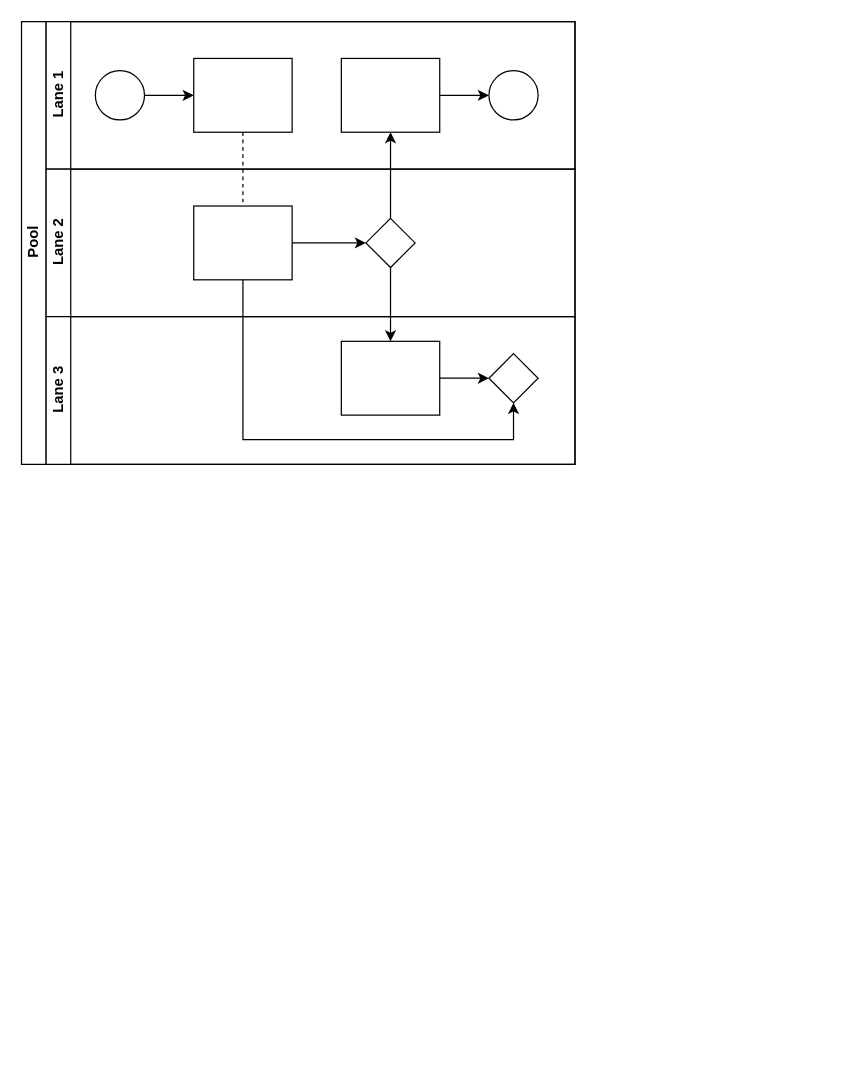
This is Untitled Diagram.drawio from DaveHorn-Singlestop/draw.io, a draw.io file, before an edit. Source tidied: cells renumbered, new cells numbered last; positions are measured from the earlier drawing's top-left corner, leaving out a move shared by most shapes. Both pictures are drawn from the tidied source at 123%, with x=0, y=0 at pixel (21, 21).
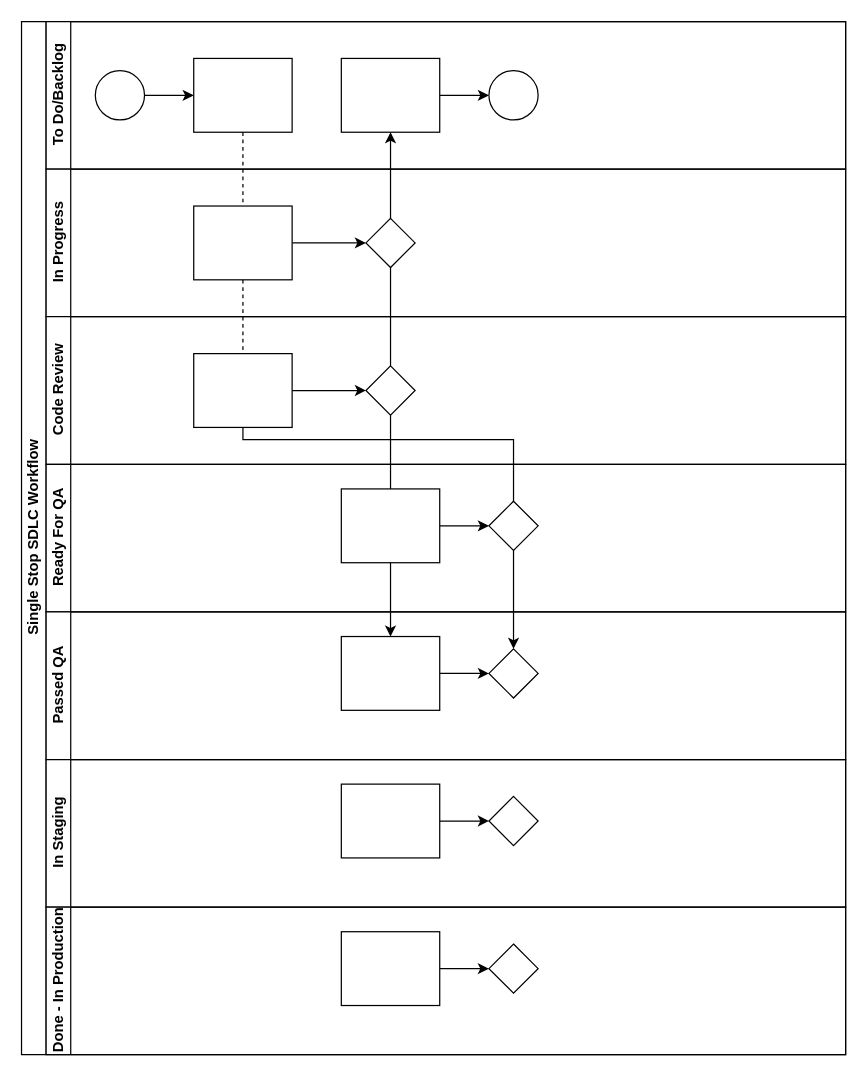
The same diagram, later.

The edit, as a diff of the source:
```diff
@@
-    <mxCell id="2" value="Pool" style="swimlane;html=1;horizontal=0;startSize=20;" parent="1" vertex="1">
-      <mxGeometry width="450" height="360" as="geometry" />
+    <mxCell id="2" value="Single Stop SDLC Workflow" style="swimlane;html=1;horizontal=0;startSize=20;" parent="1" vertex="1">
+      <mxGeometry width="670" height="840" as="geometry" />
     </mxCell>
@@
-    <mxCell id="7" value="Lane 1" style="swimlane;html=1;startSize=20;horizontal=0;" parent="2" vertex="1">
-      <mxGeometry x="20" width="430" height="120" as="geometry" />
+    <mxCell id="7" value="To Do/Backlog" style="swimlane;html=1;startSize=20;horizontal=0;" parent="2" vertex="1">
+      <mxGeometry x="20" width="650" height="120" as="geometry" />
     </mxCell>
@@
+    <mxCell id="22" value="In Progress" style="swimlane;html=1;startSize=20;horizontal=0;" parent="2" vertex="1">
+      <mxGeometry x="20" y="120" width="650" height="120" as="geometry" />
+    </mxCell>
+    <mxCell id="23" style="edgeStyle=orthogonalEdgeStyle;rounded=0;jettySize=auto;html=1;endArrow=classic;endFill=1;" parent="22" edge="1" source="24" target="25">
+      <mxGeometry relative="1" as="geometry" />
+    </mxCell>
+    <mxCell id="24" style="rounded=0;whiteSpace=wrap;html=1;fontFamily=Helvetica;fontSize=12;fontColor=#000000;align=center;" parent="22" vertex="1">
+      <mxGeometry x="120" y="30" width="80" height="60" as="geometry" />
+    </mxCell>
+    <mxCell id="25" style="rhombus;whiteSpace=wrap;html=1;fontFamily=Helvetica;fontSize=12;fontColor=#000000;align=center;" parent="22" vertex="1">
+      <mxGeometry x="260" y="40" width="40" height="40" as="geometry" />
+    </mxCell>
-    <mxCell id="14" value="Lane 2" style="swimlane;html=1;startSize=20;horizontal=0;" parent="2" vertex="1">
-      <mxGeometry x="20" y="120" width="430" height="120" as="geometry" />
+    <mxCell id="14" value="Code Review" style="swimlane;html=1;startSize=20;horizontal=0;" parent="2" vertex="1">
+      <mxGeometry x="20" y="240" width="650" height="120" as="geometry" />
     </mxCell>
@@
+    <mxCell id="26" value="Ready For QA" style="swimlane;html=1;startSize=20;horizontal=0;" parent="2" vertex="1">
+      <mxGeometry x="20" y="360" width="650" height="120" as="geometry" />
+    </mxCell>
+    <mxCell id="27" style="edgeStyle=orthogonalEdgeStyle;rounded=0;jettySize=auto;html=1;endArrow=classic;endFill=1;" parent="26" edge="1" source="28" target="29">
+      <mxGeometry relative="1" as="geometry" />
+    </mxCell>
+    <mxCell id="28" style="rounded=0;whiteSpace=wrap;html=1;fontFamily=Helvetica;fontSize=12;fontColor=#000000;align=center;" parent="26" vertex="1">
+      <mxGeometry x="240" y="20" width="80" height="60" as="geometry" />
+    </mxCell>
+    <mxCell id="29" style="rhombus;whiteSpace=wrap;html=1;fontFamily=Helvetica;fontSize=12;fontColor=#000000;align=center;" parent="26" vertex="1">
+      <mxGeometry x="360" y="30" width="40" height="40" as="geometry" />
+    </mxCell>
-    <mxCell id="18" value="Lane 3" style="swimlane;html=1;startSize=20;horizontal=0;" parent="2" vertex="1">
-      <mxGeometry x="20" y="240" width="430" height="120" as="geometry" />
+    <mxCell id="18" value="Passed QA" style="swimlane;html=1;startSize=20;horizontal=0;" parent="2" vertex="1">
+      <mxGeometry x="20" y="480" width="650" height="120" as="geometry" />
     </mxCell>
@@
+    <mxCell id="30" value="In Staging" style="swimlane;html=1;startSize=20;horizontal=0;" parent="2" vertex="1">
+      <mxGeometry x="20" y="600" width="650" height="120" as="geometry" />
+    </mxCell>
+    <mxCell id="31" style="edgeStyle=orthogonalEdgeStyle;rounded=0;jettySize=auto;html=1;endArrow=classic;endFill=1;" parent="30" edge="1" source="32" target="33">
+      <mxGeometry relative="1" as="geometry" />
+    </mxCell>
+    <mxCell id="32" style="rounded=0;whiteSpace=wrap;html=1;fontFamily=Helvetica;fontSize=12;fontColor=#000000;align=center;" parent="30" vertex="1">
+      <mxGeometry x="240" y="20" width="80" height="60" as="geometry" />
+    </mxCell>
+    <mxCell id="33" style="rhombus;whiteSpace=wrap;html=1;fontFamily=Helvetica;fontSize=12;fontColor=#000000;align=center;" parent="30" vertex="1">
+      <mxGeometry x="360" y="30" width="40" height="40" as="geometry" />
+    </mxCell>
+    <mxCell id="34" value="Done - In Production" style="swimlane;html=1;startSize=20;horizontal=0;" parent="2" vertex="1">
+      <mxGeometry x="20" y="720" width="650" height="120" as="geometry" />
+    </mxCell>
+    <mxCell id="35" style="edgeStyle=orthogonalEdgeStyle;rounded=0;jettySize=auto;html=1;endArrow=classic;endFill=1;" parent="34" edge="1" source="36" target="37">
+      <mxGeometry relative="1" as="geometry" />
+    </mxCell>
+    <mxCell id="36" style="rounded=0;whiteSpace=wrap;html=1;fontFamily=Helvetica;fontSize=12;fontColor=#000000;align=center;" parent="34" vertex="1">
+      <mxGeometry x="240" y="20" width="80" height="60" as="geometry" />
+    </mxCell>
+    <mxCell id="37" style="rhombus;whiteSpace=wrap;html=1;fontFamily=Helvetica;fontSize=12;fontColor=#000000;align=center;" parent="34" vertex="1">
+      <mxGeometry x="360" y="30" width="40" height="40" as="geometry" />
+    </mxCell>
```
